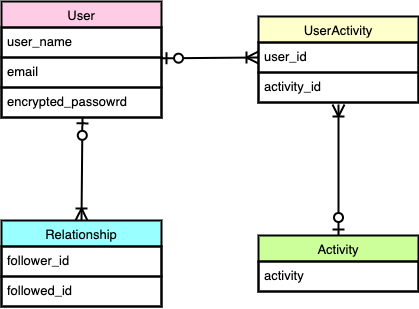
The draw.io diagram public/images/er_image.png in mizupi/e_action_app, before a commit. Source tidied: cells renumbered, new cells last; positions are measured from the earlier drawing's top-left corner, leaving out a move shared by most shapes.
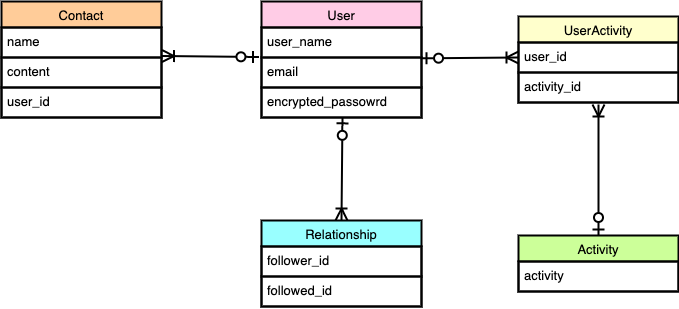
Later version of the same file.

The edit, as a diff of the source:
```diff
@@ -49,5 +49,20 @@
     <mxCell id="16" style="fontSize=13;html=1;endArrow=ERoneToMany;startArrow=ERzeroToOne;exitX=0.994;exitY=1.028;exitDx=0;exitDy=0;exitPerimeter=0;entryX=0;entryY=0.5;entryDx=0;entryDy=0;endSize=9;startSize=9;startFill=0;fontColor=#000000;labelBackgroundColor=none;strokeColor=#000000;strokeWidth=2;" parent="1" edge="1" source="3" target="7">
       <mxGeometry relative="1" as="geometry" />
     </mxCell>
+    <mxCell id="17" value="Contact" style="swimlane;fontStyle=0;horizontal=1;startSize=26;align=center;fontSize=13;swimlaneFillColor=#FFFFFF;fillColor=#FFCC99;fontColor=#000000;labelBackgroundColor=none;strokeColor=#000000;strokeWidth=2;" parent="1" vertex="1">
+      <mxGeometry x="-260" width="160" height="116" as="geometry" />
+    </mxCell>
+    <mxCell id="18" value="name" style="text;strokeColor=#000000;fillColor=none;spacingLeft=4;spacingRight=4;overflow=hidden;fontSize=13;fontColor=#000000;labelBackgroundColor=none;strokeWidth=2;" parent="17" vertex="1">
+      <mxGeometry y="26" width="160" height="30" as="geometry" />
+    </mxCell>
+    <mxCell id="19" value="content" style="text;strokeColor=#000000;fillColor=none;spacingLeft=4;spacingRight=4;overflow=hidden;points=[[0,0.5],[1,0.5]];portConstraint=eastwest;fontSize=13;fontColor=#000000;labelBackgroundColor=none;strokeWidth=2;" parent="17" vertex="1">
+      <mxGeometry y="56" width="160" height="30" as="geometry" />
+    </mxCell>
+    <mxCell id="20" value="user_id" style="text;strokeColor=#000000;fillColor=none;spacingLeft=4;spacingRight=4;overflow=hidden;fontSize=13;fontColor=#000000;labelBackgroundColor=none;strokeWidth=2;" parent="17" vertex="1">
+      <mxGeometry y="86" width="160" height="30" as="geometry" />
+    </mxCell>
+    <mxCell id="21" style="fontSize=13;html=1;endArrow=ERoneToMany;startArrow=ERzeroToOne;exitX=-0.016;exitY=-0.017;exitDx=0;exitDy=0;exitPerimeter=0;entryX=1.003;entryY=-0.05;entryDx=0;entryDy=0;endSize=9;startSize=9;startFill=0;fontColor=#000000;labelBackgroundColor=none;strokeColor=#000000;strokeWidth=2;entryPerimeter=0;" parent="1" edge="1" source="4" target="19">
+      <mxGeometry relative="1" as="geometry" />
+    </mxCell>
   </root>
 </mxGraphModel>
```
